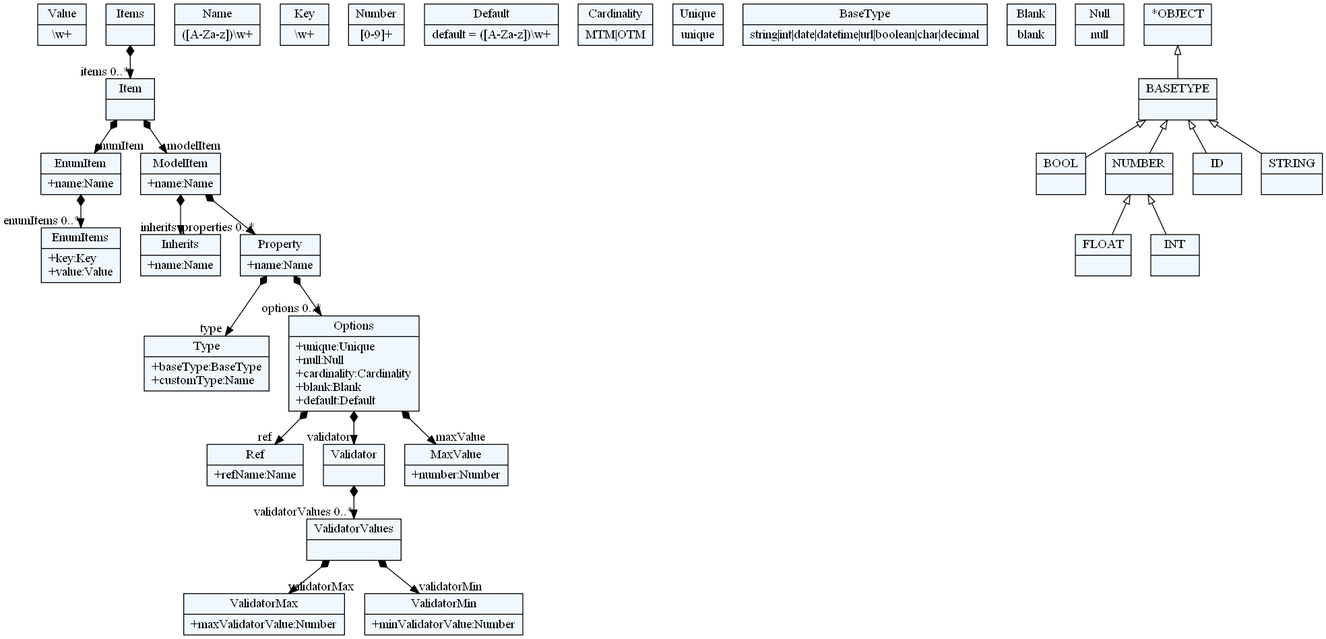
Above: Generator/test_meta.png in sergiosuperstar/FTN-MBRS (Graphviz), before the change. Its source is kept beside it as Generator/test_meta.dot.
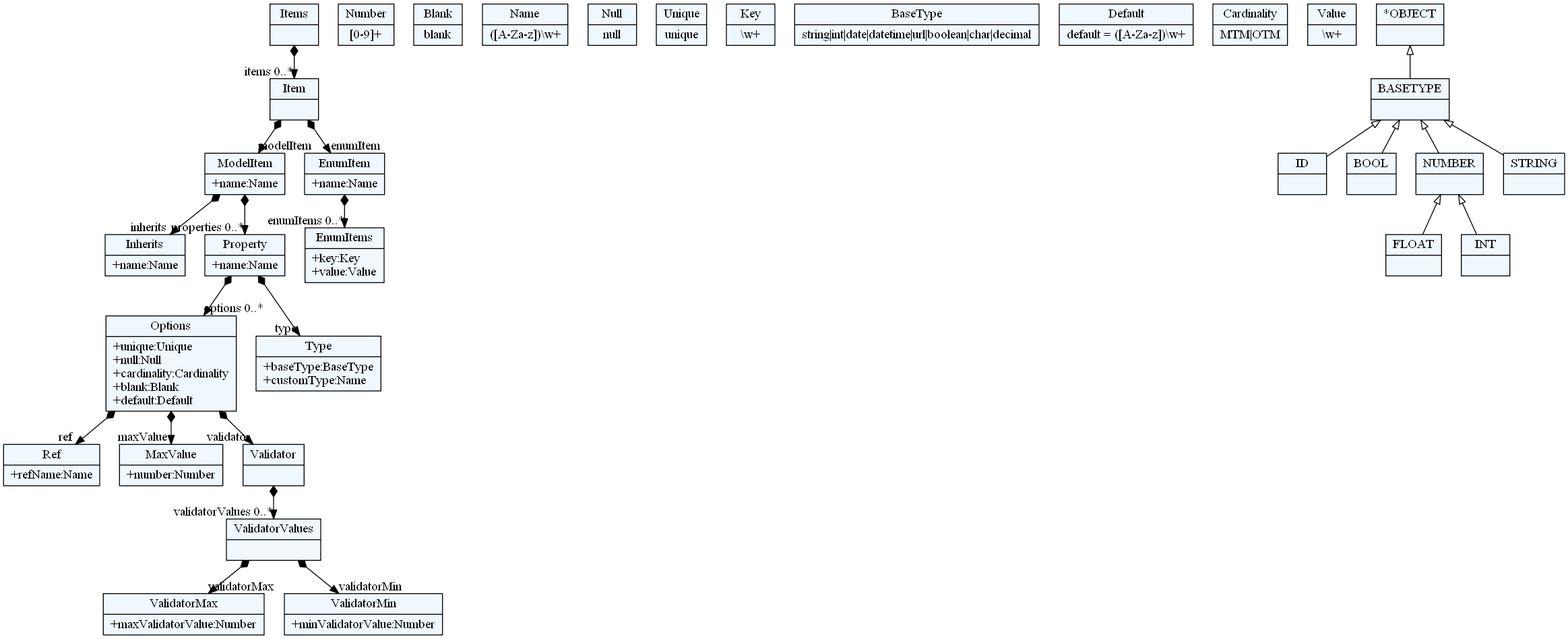
Later version of the same file.

The edit, as a diff of the source:
```diff
@@ -10,92 +10,92 @@
     edge[dir=black,arrowtail=empty]
 
 
-64274104[ label="{Value|\\w+}"]
+68040008 -> 68043592[arrowtail=diamond, dir=both, headlabel="items 0..*"]
+68040008[ label="{Items|}"]
 
-64301880[ label="{Ref|+refName:Name\l}"]
+67930696[ label="{ValidatorMax|+maxValidatorValue:Number\l}"]
 
-64303672[ label="{ValidatorMax|+maxValidatorValue:Number\l}"]
+68047176[ label="{EnumItems|+key:Key\l+value:Value\l}"]
 
-64299192 -> 64294712[arrowtail=diamond, dir=both, headlabel="enumItems 0..*"]
-64299192[ label="{EnumItem|+name:Name\l}"]
+67949512[ label="{Ref|+refName:Name\l}"]
 
-64281272[ label="{Name|([A-Za-z])\\w+}"]
+67952200[ label="{Number|[0-9]+}"]
 
-64271416 -> 64280376[arrowtail=diamond, dir=both, headlabel="validatorValues 0..*"]
-64271416[ label="{Validator|}"]
+67937864[ label="{Blank|blank}"]
 
-64295608[ label="{Key|\\w+}"]
+67950408[ label="{Name|([A-Za-z])\\w+}"]
 
-64294712[ label="{EnumItems|+key:Key\l+value:Value\l}"]
+67941448[ label="{Null|null}"]
 
-64297400[ label="{Type|+baseType:BaseType\l+customType:Name\l}"]
+67940552[ label="{Unique|unique}"]
 
-64300984[ label="{MaxValue|+number:Number\l}"]
+67946824[ label="{MaxValue|+number:Number\l}"]
 
-64275896 -> 64293816[arrowtail=diamond, dir=both, headlabel="inherits "]
-64275896 -> 64277688[arrowtail=diamond, dir=both, headlabel="properties 0..*"]
-64275896[ label="{ModelItem|+name:Name\l}"]
+68048072[ label="{Key|\\w+}"]
 
-64296504 -> 64275896[arrowtail=diamond, dir=both, headlabel="modelItem "]
-64296504 -> 64299192[arrowtail=diamond, dir=both, headlabel="enumItem "]
-64296504[ label="{Item|}"]
+67929800[ label="{BaseType|string\|int\|date\|datetime\|url\|boolean\|char\|decimal}"]
 
-64279480 -> 64300984[arrowtail=diamond, dir=both, headlabel="maxValue "]
-64279480 -> 64301880[arrowtail=diamond, dir=both, headlabel="ref "]
-64279480 -> 64271416[arrowtail=diamond, dir=both, headlabel="validator "]
-64279480[ label="{Options|+unique:Unique\l+null:Null\l+cardinality:Cardinality\l+blank:Blank\l+default:Default\l}"]
+68046280[ label="{Inherits|+name:Name\l}"]
 
-64298296 -> 64296504[arrowtail=diamond, dir=both, headlabel="items 0..*"]
-64298296[ label="{Items|}"]
+67948616[ label="{Default|default = ([A-Za-z])\\w+}"]
 
-64269624[ label="{Number|[0-9]+}"]
+68036424 -> 68046280[arrowtail=diamond, dir=both, headlabel="inherits "]
+68036424 -> 68049864[arrowtail=diamond, dir=both, headlabel="properties 0..*"]
+68036424[ label="{ModelItem|+name:Name\l}"]
 
-64304568[ label="{Default|default = ([A-Za-z])\\w+}"]
+67939656 -> 67946824[arrowtail=diamond, dir=both, headlabel="maxValue "]
+67939656 -> 67949512[arrowtail=diamond, dir=both, headlabel="ref "]
+67939656 -> 67945032[arrowtail=diamond, dir=both, headlabel="validator "]
+67939656[ label="{Options|+unique:Unique\l+null:Null\l+cardinality:Cardinality\l+blank:Blank\l+default:Default\l}"]
 
-64302776[ label="{Cardinality|MTM\|OTM}"]
+67942344[ label="{Cardinality|MTM\|OTM}"]
 
-64277688 -> 64297400[arrowtail=diamond, dir=both, headlabel="type "]
-64277688 -> 64279480[arrowtail=diamond, dir=both, headlabel="options 0..*"]
-64277688[ label="{Property|+name:Name\l}"]
+67947720[ label="{ValidatorMin|+minValidatorValue:Number\l}"]
 
-64268728[ label="{Unique|unique}"]
+68050760 -> 68047176[arrowtail=diamond, dir=both, headlabel="enumItems 0..*"]
+68050760[ label="{EnumItem|+name:Name\l}"]
 
-64293816[ label="{Inherits|+name:Name\l}"]
+67934280 -> 67930696[arrowtail=diamond, dir=both, headlabel="validatorMax "]
+67934280 -> 67947720[arrowtail=diamond, dir=both, headlabel="validatorMin "]
+67934280[ label="{ValidatorValues|}"]
 
-64278584[ label="{BaseType|string\|int\|date\|datetime\|url\|boolean\|char\|decimal}"]
+67945032 -> 67934280[arrowtail=diamond, dir=both, headlabel="validatorValues 0..*"]
+67945032[ label="{Validator|}"]
 
-64300088[ label="{Blank|blank}"]
+68048968[ label="{Value|\\w+}"]
 
-64280376 -> 64303672[arrowtail=diamond, dir=both, headlabel="validatorMax "]
-64280376 -> 64272312[arrowtail=diamond, dir=both, headlabel="validatorMin "]
-64280376[ label="{ValidatorValues|}"]
+67945928[ label="{Type|+baseType:BaseType\l+customType:Name\l}"]
 
-64267832[ label="{Null|null}"]
+68049864 -> 67945928[arrowtail=diamond, dir=both, headlabel="type "]
+68049864 -> 67939656[arrowtail=diamond, dir=both, headlabel="options 0..*"]
+68049864[ label="{Property|+name:Name\l}"]
 
-64272312[ label="{ValidatorMin|+minValidatorValue:Number\l}"]
+68043592 -> 68036424[arrowtail=diamond, dir=both, headlabel="modelItem "]
+68043592 -> 68050760[arrowtail=diamond, dir=both, headlabel="enumItem "]
+68043592[ label="{Item|}"]
 
-64289336[ label="{BOOL|}"]
+68040904[ label="{ID|}"]
 
-64288440[ label="{BASETYPE|}"]
-64288440 -> 64266040 [dir=back]
-64288440 -> 64289336 [dir=back]
-64288440 -> 64283960 [dir=back]
-64288440 -> 64264248 [dir=back]
+68045384[ label="{FLOAT|}"]
 
-64283960[ label="{ID|}"]
+68051656[ label="{BOOL|}"]
 
-64266040[ label="{NUMBER|}"]
-64266040 -> 64292920 [dir=back]
-64266040 -> 64287544 [dir=back]
+68039112[ label="{INT|}"]
 
-64292920[ label="{FLOAT|}"]
+68041800[ label="{*OBJECT|}"]
+68041800 -> 68044488 [dir=back]
 
-64287544[ label="{INT|}"]
+68044488[ label="{BASETYPE|}"]
+68044488 -> 68037320 [dir=back]
+68044488 -> 68051656 [dir=back]
+68044488 -> 68040904 [dir=back]
+68044488 -> 68038216 [dir=back]
 
-64265144[ label="{*OBJECT|}"]
-64265144 -> 64288440 [dir=back]
+68038216[ label="{STRING|}"]
 
-64264248[ label="{STRING|}"]
+68037320[ label="{NUMBER|}"]
+68037320 -> 68045384 [dir=back]
+68037320 -> 68039112 [dir=back]
 
 
 }
```
